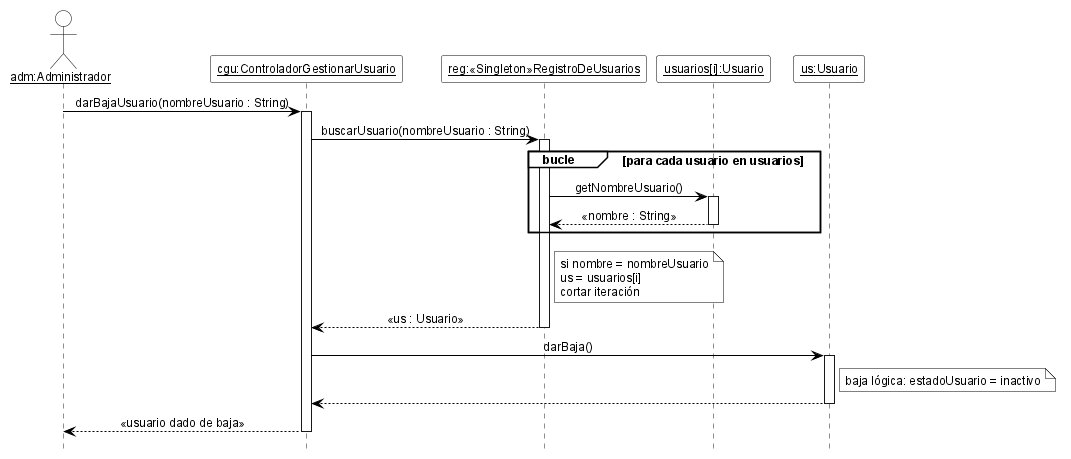
The PlantUML diagram 08-Diagrama De Secuencia/DSD_CU-02_darBajaUsuario.png in cirotop/Stock-Project, before a commit.
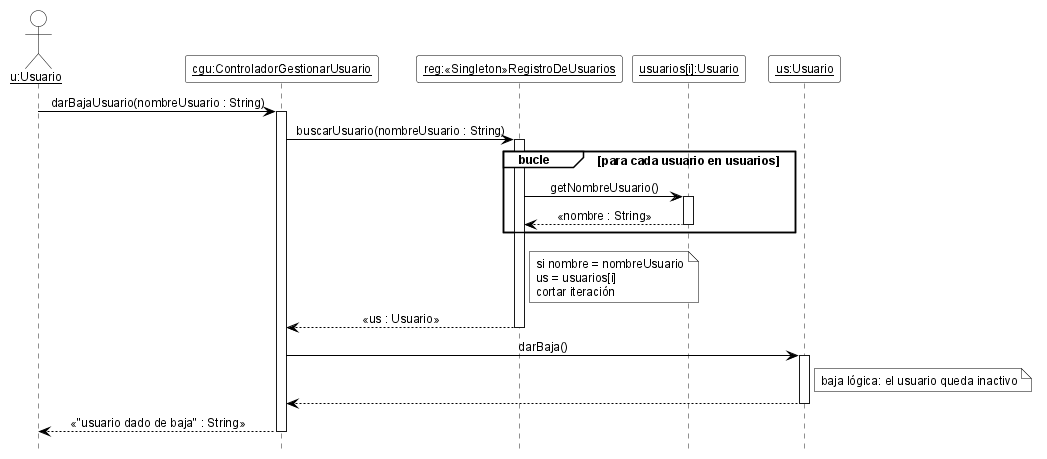
After the commit.

Change to the diagram source:
```diff
@@ -19,13 +19,13 @@
 skinparam NoteBackgroundColor white
 skinparam NoteBorderColor black
 
-actor "<u>adm:Administrador</u>" as adm
+actor "<u>u:Usuario</u>" as u
 participant "<u>cgu:ControladorGestionarUsuario</u>" as cgu
 participant "<u>reg:«Singleton»RegistroDeUsuarios</u>" as reg
 participant "<u>usuarios[i]:Usuario</u>" as ui
 participant "<u>us:Usuario</u>" as us
 
-adm -> cgu ++ : darBajaUsuario(nombreUsuario : String)
+u -> cgu ++ : darBajaUsuario(nombreUsuario : String)
 cgu -> reg ++ : buscarUsuario(nombreUsuario : String)
 group bucle [para cada usuario en usuarios]
   reg -> ui ++ : getNombreUsuario()
@@ -38,8 +38,8 @@
 end note
 reg --> cgu -- : «us : Usuario»
 cgu -> us ++ : darBaja()
-note right of us : baja lógica: estadoUsuario = inactivo
+note right of us : baja lógica: el usuario queda inactivo
 us --> cgu --
-cgu --> adm -- : «usuario dado de baja»
+cgu --> u -- : «"usuario dado de baja" : String»
 
 @enduml
```
